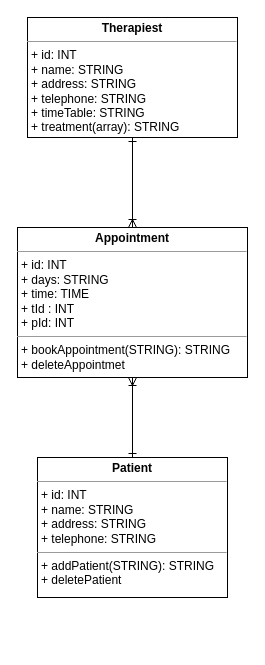
Above: uml.drawio in MohaiminAlif/bpcms (draw.io), before the change. Source tidied: cells renumbered, new cells numbered last; positions are measured from the earlier drawing's top-left corner, leaving out a move shared by most shapes. Both pictures are drawn from the tidied source at 100%, with x=0, y=0 at pixel (17, 17).
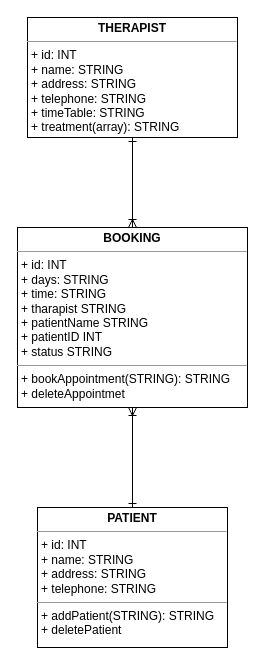
The same page after the edit.

Commit message (it also covers changes not shown here):
Patient Class updated

Change to the diagram source:
```diff
@@
 <mxGraphModel>
   <root>
     <mxCell id="0" />
     <mxCell id="1" parent="0" />
-    <mxCell id="2" value="&lt;p style=&quot;margin:0px;margin-top:4px;text-align:center;&quot;&gt;&lt;b style=&quot;&quot;&gt;Therapiest&lt;/b&gt;&lt;/p&gt;&lt;hr size=&quot;1&quot;&gt;&lt;p style=&quot;margin:0px;margin-left:4px;&quot;&gt;+ id: INT&lt;br&gt;+ name: STRING&lt;/p&gt;&lt;p style=&quot;margin:0px;margin-left:4px;&quot;&gt;+ address: STRING&lt;/p&gt;&lt;p style=&quot;margin:0px;margin-left:4px;&quot;&gt;+ telephone: STRING&lt;/p&gt;&lt;p style=&quot;margin:0px;margin-left:4px;&quot;&gt;+ timeTable: STRING&lt;/p&gt;&lt;p style=&quot;margin:0px;margin-left:4px;&quot;&gt;+ treatment(array): STRING&lt;/p&gt;&lt;hr size=&quot;1&quot;&gt;&lt;p style=&quot;margin:0px;margin-left:4px;&quot;&gt;&lt;br&gt;&lt;/p&gt;&lt;p style=&quot;margin:0px;margin-left:4px;&quot;&gt;&lt;br&gt;&lt;/p&gt;" style="verticalAlign=top;align=left;overflow=fill;fontSize=12;fontFamily=Helvetica;html=1;rounded=0;shadow=0;comic=0;labelBackgroundColor=none;strokeWidth=1;" parent="1" vertex="1">
+    <mxCell id="2" value="&lt;p style=&quot;margin:0px;margin-top:4px;text-align:center;&quot;&gt;&lt;b style=&quot;&quot;&gt;THERAPIST&lt;/b&gt;&lt;/p&gt;&lt;hr size=&quot;1&quot;&gt;&lt;p style=&quot;margin:0px;margin-left:4px;&quot;&gt;+ id: INT&lt;br&gt;+ name: STRING&lt;/p&gt;&lt;p style=&quot;margin:0px;margin-left:4px;&quot;&gt;+ address: STRING&lt;/p&gt;&lt;p style=&quot;margin:0px;margin-left:4px;&quot;&gt;+ telephone: STRING&lt;/p&gt;&lt;p style=&quot;margin:0px;margin-left:4px;&quot;&gt;+ timeTable: STRING&lt;/p&gt;&lt;p style=&quot;margin:0px;margin-left:4px;&quot;&gt;+ treatment(array): STRING&lt;/p&gt;&lt;hr size=&quot;1&quot;&gt;&lt;p style=&quot;margin:0px;margin-left:4px;&quot;&gt;&lt;br&gt;&lt;/p&gt;&lt;p style=&quot;margin:0px;margin-left:4px;&quot;&gt;&lt;br&gt;&lt;/p&gt;" style="verticalAlign=top;align=left;overflow=fill;fontSize=12;fontFamily=Helvetica;html=1;rounded=0;shadow=0;comic=0;labelBackgroundColor=none;strokeWidth=1;" parent="1" vertex="1">
       <mxGeometry x="10" width="210" height="120" as="geometry" />
     </mxCell>
     <mxCell id="3" style="edgeStyle=none;rounded=0;jettySize=auto;html=1;exitX=0.5;exitY=0;exitDx=0;exitDy=0;entryX=0.5;entryY=1;entryDx=0;entryDy=0;endArrow=ERone;endFill=0;startArrow=ERoneToMany;startFill=0;" parent="1" edge="1" source="6" target="2">
       <mxGeometry relative="1" as="geometry" />
     </mxCell>
-    <mxCell id="4" value="&lt;p style=&quot;margin:0px;margin-top:4px;text-align:center;&quot;&gt;&lt;b&gt;Patient&lt;/b&gt;&lt;/p&gt;&lt;hr size=&quot;1&quot;&gt;&lt;p style=&quot;margin: 0px 0px 0px 4px;&quot;&gt;+ id: INT&lt;br&gt;+ name: STRING&lt;/p&gt;&lt;p style=&quot;margin: 0px 0px 0px 4px;&quot;&gt;+ address: STRING&lt;/p&gt;&lt;p style=&quot;margin: 0px 0px 0px 4px;&quot;&gt;+ telephone: STRING&lt;/p&gt;&lt;hr size=&quot;1&quot;&gt;&lt;p style=&quot;margin:0px;margin-left:4px;&quot;&gt;+ addPatient(STRING): STRING&lt;br&gt;+ deletePatient&lt;/p&gt;" style="verticalAlign=top;align=left;overflow=fill;fontSize=12;fontFamily=Helvetica;html=1;rounded=0;shadow=0;comic=0;labelBackgroundColor=none;strokeWidth=1;" parent="1" vertex="1">
-      <mxGeometry x="20" y="440" width="190" height="140" as="geometry" />
+    <mxCell id="4" value="&lt;p style=&quot;margin:0px;margin-top:4px;text-align:center;&quot;&gt;&lt;b&gt;PATIENT&lt;/b&gt;&lt;/p&gt;&lt;hr size=&quot;1&quot;&gt;&lt;p style=&quot;margin: 0px 0px 0px 4px;&quot;&gt;+ id: INT&lt;br&gt;+ name: STRING&lt;/p&gt;&lt;p style=&quot;margin: 0px 0px 0px 4px;&quot;&gt;+ address: STRING&lt;/p&gt;&lt;p style=&quot;margin: 0px 0px 0px 4px;&quot;&gt;+ telephone: STRING&lt;/p&gt;&lt;hr size=&quot;1&quot;&gt;&lt;p style=&quot;margin:0px;margin-left:4px;&quot;&gt;+ addPatient(STRING): STRING&lt;br&gt;+ deletePatient&lt;/p&gt;" style="verticalAlign=top;align=left;overflow=fill;fontSize=12;fontFamily=Helvetica;html=1;rounded=0;shadow=0;comic=0;labelBackgroundColor=none;strokeWidth=1;" parent="1" vertex="1">
+      <mxGeometry x="20" y="490" width="190" height="140" as="geometry" />
     </mxCell>
     <mxCell id="5" style="edgeStyle=none;rounded=0;jettySize=auto;html=1;exitX=0.5;exitY=0;exitDx=0;exitDy=0;entryX=0.5;entryY=1;entryDx=0;entryDy=0;endArrow=ERoneToMany;endFill=0;startArrow=ERone;startFill=0;" parent="1" edge="1" source="4" target="6">
       <mxGeometry relative="1" as="geometry" />
     </mxCell>
-    <mxCell id="6" value="&lt;p style=&quot;margin:0px;margin-top:4px;text-align:center;&quot;&gt;&lt;b&gt;Appointment&lt;/b&gt;&lt;/p&gt;&lt;hr size=&quot;1&quot;&gt;&lt;p style=&quot;margin: 0px 0px 0px 4px;&quot;&gt;+ id: INT&lt;/p&gt;&lt;p style=&quot;margin: 0px 0px 0px 4px;&quot;&gt;&lt;span style=&quot;background-color: transparent; color: light-dark(rgb(0, 0, 0), rgb(255, 255, 255));&quot;&gt;+ days: STRING&lt;/span&gt;&lt;/p&gt;&lt;p style=&quot;margin:0px;margin-left:4px;&quot;&gt;+ time: TIME&lt;/p&gt;&lt;p style=&quot;margin:0px;margin-left:4px;&quot;&gt;+ tId : INT&lt;/p&gt;&lt;p style=&quot;margin:0px;margin-left:4px;&quot;&gt;+ pId: INT&lt;/p&gt;&lt;hr size=&quot;1&quot;&gt;&lt;p style=&quot;margin:0px;margin-left:4px;&quot;&gt;+ bookAppointment(STRING): STRING&lt;br&gt;+ deleteAppointmet&lt;/p&gt;" style="verticalAlign=top;align=left;overflow=fill;fontSize=12;fontFamily=Helvetica;html=1;rounded=0;shadow=0;comic=0;labelBackgroundColor=none;strokeWidth=1;" parent="1" vertex="1">
-      <mxGeometry y="210" width="230" height="150" as="geometry" />
+    <mxCell id="6" value="&lt;p style=&quot;margin:0px;margin-top:4px;text-align:center;&quot;&gt;&lt;b&gt;BOOKING&lt;/b&gt;&lt;/p&gt;&lt;hr size=&quot;1&quot;&gt;&lt;p style=&quot;margin: 0px 0px 0px 4px;&quot;&gt;+ id: INT&lt;/p&gt;&lt;p style=&quot;margin: 0px 0px 0px 4px;&quot;&gt;&lt;span style=&quot;background-color: transparent; color: light-dark(rgb(0, 0, 0), rgb(255, 255, 255));&quot;&gt;+ days: STRING&lt;/span&gt;&lt;/p&gt;&lt;p style=&quot;margin:0px;margin-left:4px;&quot;&gt;+ time: STRING&lt;/p&gt;&lt;p style=&quot;margin:0px;margin-left:4px;&quot;&gt;+ tharapist STRING&lt;/p&gt;&lt;p style=&quot;margin:0px;margin-left:4px;&quot;&gt;+ patientName STRING&lt;/p&gt;&lt;p style=&quot;margin:0px;margin-left:4px;&quot;&gt;+ patientID INT&lt;/p&gt;&lt;p style=&quot;margin:0px;margin-left:4px;&quot;&gt;+ status STRING&lt;/p&gt;&lt;hr size=&quot;1&quot;&gt;&lt;p style=&quot;margin:0px;margin-left:4px;&quot;&gt;+ bookAppointment(STRING): STRING&lt;br&gt;+ deleteAppointmet&lt;/p&gt;" style="verticalAlign=top;align=left;overflow=fill;fontSize=12;fontFamily=Helvetica;html=1;rounded=0;shadow=0;comic=0;labelBackgroundColor=none;strokeWidth=1;" parent="1" vertex="1">
+      <mxGeometry y="210" width="230" height="180" as="geometry" />
     </mxCell>
   </root>
 </mxGraphModel>
```
